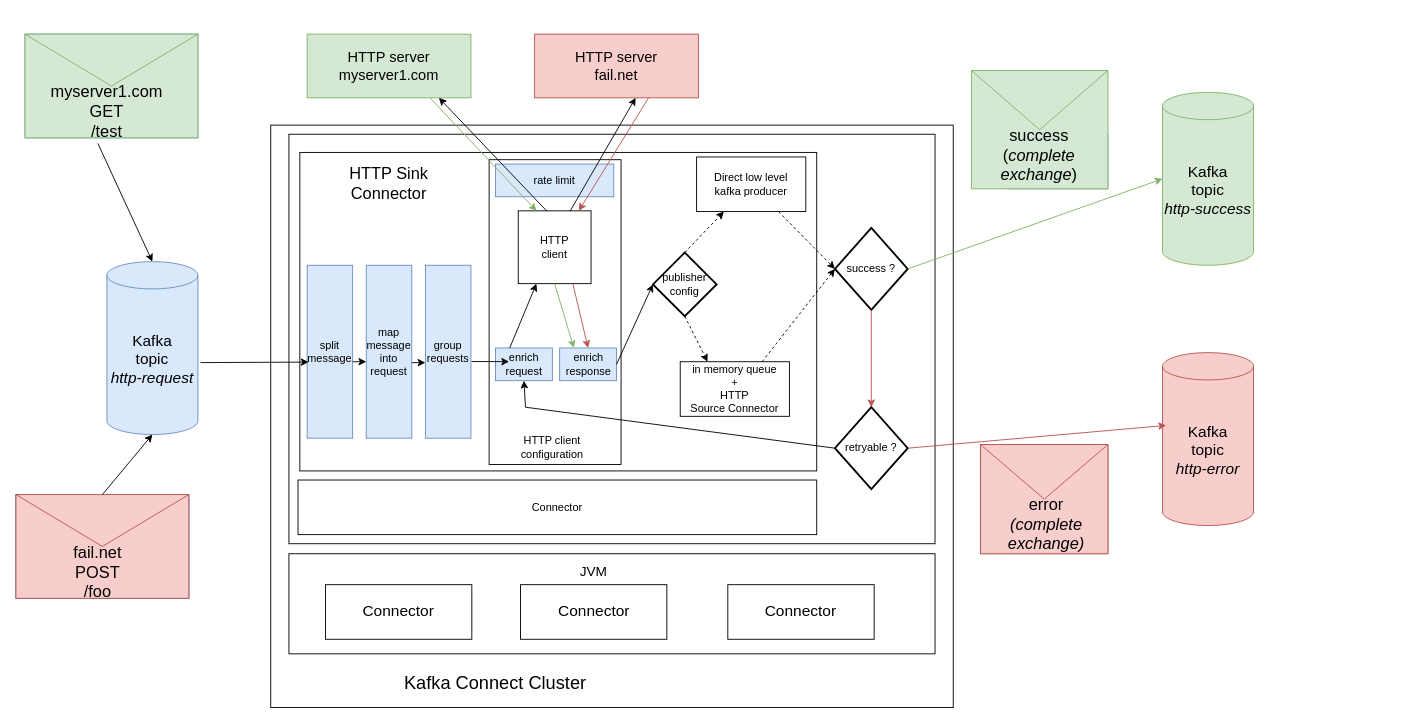
Before: docs/architecture_options_2.drawio in clescot/kafka-connect-http, a draw.io diagram. Source tidied: cells renumbered, new cells numbered last; positions are measured from the earlier drawing's top-left corner, leaving out a move shared by most shapes. Both pictures are drawn from the tidied source at 91%, with x=0, y=0 at pixel (15, 34).
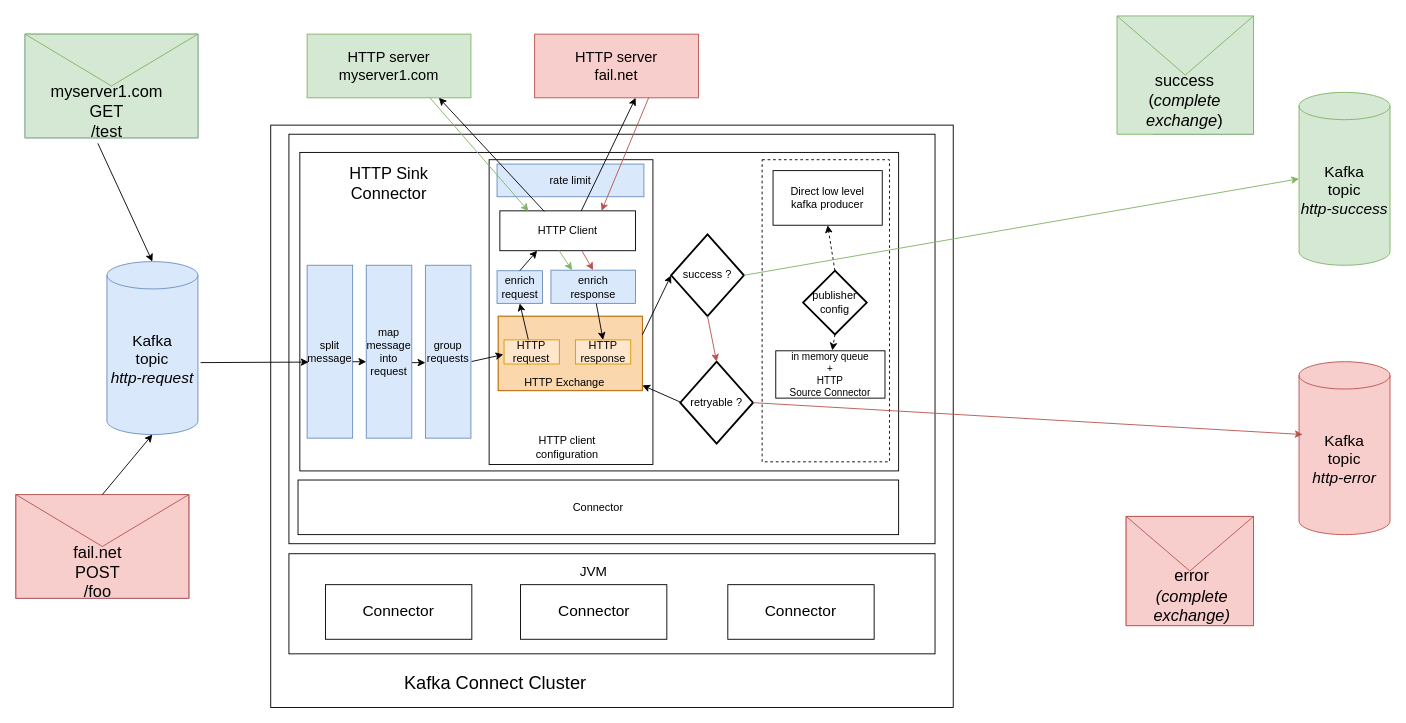
The same diagram, later.

Commit message (it also covers changes not shown here):
fix architcture schema

The change refers to these unchanged cells:
```xml
<mxCell id="13" value="&lt;font style=&quot;font-size: 16px;&quot;&gt;HTTP server&lt;/font&gt;&lt;div style=&quot;font-size: 16px;&quot;&gt;&lt;font style=&quot;font-size: 16px;&quot;&gt;myserver1.com&lt;/font&gt;&lt;/div&gt;" style="rounded=0;whiteSpace=wrap;html=1;fillColor=#d5e8d4;strokeColor=#82b366;" parent="1" vertex="1">
  <mxGeometry x="320" width="180" height="70" as="geometry" />
</mxCell>
```

Change to the diagram source:
```diff
@@
     <mxCell id="17" style="rounded=0;whiteSpace=wrap;html=1;fontSize=17;" parent="1" vertex="1">
-      <mxGeometry x="312" y="130" width="568" height="350" as="geometry" />
+      <mxGeometry x="312" y="130" width="658" height="350" as="geometry" />
     </mxCell>
     <mxCell id="18" value="success ?" style="strokeWidth=2;html=1;shape=mxgraph.flowchart.decision;whiteSpace=wrap;" parent="1" vertex="1">
-      <mxGeometry x="900" y="213" width="80" height="90" as="geometry" />
+      <mxGeometry x="720" y="220" width="80" height="90" as="geometry" />
     </mxCell>
     <mxCell id="19" value="Connector" style="rounded=0;whiteSpace=wrap;html=1;" parent="1" vertex="1">
-      <mxGeometry x="310" y="490" width="570" height="60" as="geometry" />
+      <mxGeometry x="310" y="490" width="660" height="60" as="geometry" />
     </mxCell>
@@
     <mxCell id="25" style="group;" parent="1" vertex="1">
-      <mxGeometry x="520" y="138" width="145" height="340" as="geometry" />
+      <mxGeometry x="520" y="138" width="180" height="340" as="geometry" />
     </mxCell>
     <mxCell id="26" style="rounded=0;whiteSpace=wrap;html=1;" parent="25" vertex="1">
-      <mxGeometry width="145" height="334.9" as="geometry" />
+      <mxGeometry width="180" height="334.9" as="geometry" />
     </mxCell>
     <mxCell id="27" value="HTTP client&lt;div&gt;configuration&lt;/div&gt;" style="text;html=1;align=center;verticalAlign=middle;whiteSpace=wrap;rounded=0;" parent="25" vertex="1">
-      <mxGeometry x="21.2" y="289.2" width="96.7" height="52.9" as="geometry" />
+      <mxGeometry x="26.3" y="289.2" width="120" height="52.9" as="geometry" />
     </mxCell>
+    <mxCell id="29" value="rate limit" style="rounded=0;whiteSpace=wrap;html=1;fillColor=#dae8fc;strokeColor=#6c8ebf;" parent="25" vertex="1">
+      <mxGeometry x="8.7" y="4.8" width="161.4" height="35.9" as="geometry" />
+    </mxCell>
+    <mxCell id="70" value="HTTP Client" style="rounded=0;whiteSpace=wrap;html=1;" parent="25" vertex="1">
+      <mxGeometry x="11.8" y="56.2" width="149" height="43.8" as="geometry" />
+    </mxCell>
+    <mxCell id="71" style="group;fillColor=#ffe6cc;strokeColor=#d79b00;" parent="25" vertex="1">
+      <mxGeometry x="10" y="172" width="158.4" height="81.8" as="geometry" />
+    </mxCell>
+    <mxCell id="72" style="rounded=0;whiteSpace=wrap;html=1;fillColor=#fad7ac;strokeColor=#b46504;" parent="71" vertex="1">
+      <mxGeometry width="158.4" height="81.8" as="geometry" />
+    </mxCell>
-    <mxCell id="28" value="enrich&lt;div&gt;request&lt;/div&gt;" style="rounded=0;whiteSpace=wrap;html=1;fillColor=#dae8fc;strokeColor=#6c8ebf;" parent="25" vertex="1">
-      <mxGeometry x="7" y="206.9" width="62.5" height="35.9" as="geometry" />
+    <mxCell id="28" value="HTTP&lt;div&gt;request&lt;/div&gt;" style="rounded=0;whiteSpace=wrap;html=1;fillColor=#ffe6cc;strokeColor=#d79b00;" parent="71" vertex="1">
+      <mxGeometry x="6.4" y="26" width="60.8" height="26.5" as="geometry" />
     </mxCell>
-    <mxCell id="29" value="rate limit" style="rounded=0;whiteSpace=wrap;html=1;fillColor=#dae8fc;strokeColor=#6c8ebf;" parent="25" vertex="1">
-      <mxGeometry x="7" y="4.8" width="130" height="35.9" as="geometry" />
-    </mxCell>
-    <mxCell id="30" value="HTTP&lt;div&gt;client&lt;/div&gt;" style="whiteSpace=wrap;html=1;" parent="25" vertex="1">
-      <mxGeometry x="32" y="56.2" width="80" height="80" as="geometry" />
-    </mxCell>
-    <mxCell id="31" style="endArrow=classic;html=1;rounded=0;fillColor=#d5e8d4;strokeColor=#000000;exitX=0.25;exitY=0;exitDx=0;exitDy=0;entryX=0.25;entryY=1;entryDx=0;entryDy=0;" parent="25" edge="1" source="28" target="30">
-      <mxGeometry relative="1" as="geometry" />
-    </mxCell>
-    <mxCell id="32" value="enrich&lt;div&gt;response&lt;/div&gt;" style="rounded=0;whiteSpace=wrap;html=1;fillColor=#dae8fc;strokeColor=#6c8ebf;" parent="25" vertex="1">
-      <mxGeometry x="77.5" y="206.9" width="62.5" height="35.9" as="geometry" />
-    </mxCell>
+    <mxCell id="73" value="HTTP&amp;nbsp;&lt;span style=&quot;background-color: initial;&quot;&gt;Exchange&lt;/span&gt;" style="text;html=1;align=center;verticalAlign=middle;whiteSpace=wrap;rounded=0;" parent="71" vertex="1">
+      <mxGeometry x="9.3" y="64.8" width="127.7" height="17" as="geometry" />
+    </mxCell>
+    <mxCell id="74" value="HTTP&lt;div&gt;response&lt;/div&gt;" style="rounded=0;whiteSpace=wrap;html=1;fillColor=#ffe6cc;strokeColor=#d79b00;" parent="71" vertex="1">
+      <mxGeometry x="84.8" y="26" width="60.8" height="26.5" as="geometry" />
+    </mxCell>
+    <mxCell id="75" style="endArrow=classic;html=1;rounded=0;fillColor=#d5e8d4;strokeColor=#000000;exitX=0.438;exitY=-0.015;exitDx=0;exitDy=0;exitPerimeter=0;entryX=0.5;entryY=1;entryDx=0;entryDy=0;" parent="25" edge="1" source="28" target="76">
+      <mxGeometry relative="1" as="geometry" />
+    </mxCell>
-    <mxCell id="33" style="endArrow=classic;html=1;rounded=0;fillColor=#d5e8d4;strokeColor=#82b366;exitX=0.5;exitY=1;exitDx=0;exitDy=0;entryX=0.25;entryY=0;entryDx=0;entryDy=0;" parent="25" edge="1" source="30" target="32">
+    <mxCell id="33" style="endArrow=classic;html=1;rounded=0;fillColor=#d5e8d4;strokeColor=#82b366;exitX=0.435;exitY=0.987;exitDx=0;exitDy=0;entryX=0.25;entryY=0;entryDx=0;entryDy=0;exitPerimeter=0;" parent="25" edge="1" source="70" target="32">
       <mxGeometry relative="1" as="geometry" />
     </mxCell>
-    <mxCell id="34" style="endArrow=classic;html=1;rounded=0;fillColor=#f8cecc;strokeColor=#b85450;exitX=0.75;exitY=1;exitDx=0;exitDy=0;entryX=0.5;entryY=0;entryDx=0;entryDy=0;" parent="25" edge="1" source="30" target="32">
+    <mxCell id="34" style="endArrow=classic;html=1;rounded=0;fillColor=#f8cecc;strokeColor=#b85450;exitX=0.603;exitY=0.993;exitDx=0;exitDy=0;entryX=0.5;entryY=0;entryDx=0;entryDy=0;exitPerimeter=0;" parent="25" edge="1" source="70" target="32">
       <mxGeometry relative="1" as="geometry" />
     </mxCell>
+    <mxCell id="76" value="enrich&lt;div&gt;request&lt;/div&gt;" style="rounded=0;whiteSpace=wrap;html=1;fillColor=#dae8fc;strokeColor=#6c8ebf;" parent="25" vertex="1">
+      <mxGeometry x="8.7" y="122" width="50" height="35.9" as="geometry" />
+    </mxCell>
+    <mxCell id="77" style="endArrow=classic;html=1;rounded=0;fillColor=#d5e8d4;strokeColor=#000000;exitX=0.5;exitY=0;exitDx=0;exitDy=0;entryX=0.275;entryY=0.999;entryDx=0;entryDy=0;entryPerimeter=0;" parent="25" edge="1" source="76" target="70">
+      <mxGeometry relative="1" as="geometry" />
+    </mxCell>
+    <mxCell id="32" value="enrich&lt;div&gt;response&lt;/div&gt;" style="rounded=0;whiteSpace=wrap;html=1;fillColor=#dae8fc;strokeColor=#6c8ebf;" parent="25" vertex="1">
+      <mxGeometry x="67.9" y="121.4" width="92.9" height="36.5" as="geometry" />
+    </mxCell>
+    <mxCell id="78" style="endArrow=classic;html=1;rounded=0;fillColor=#d5e8d4;strokeColor=#000000;entryX=0.5;entryY=0;entryDx=0;entryDy=0;" parent="25" edge="1" source="32" target="74">
+      <mxGeometry relative="1" as="geometry" />
+    </mxCell>
     <mxCell id="35" value="&lt;font style=&quot;font-size: 17px;&quot;&gt;Kafka&lt;/font&gt;&lt;div style=&quot;font-size: 17px;&quot;&gt;&lt;font style=&quot;font-size: 17px;&quot;&gt;topic&lt;/font&gt;&lt;/div&gt;&lt;div style=&quot;font-size: 17px;&quot;&gt;&lt;i style=&quot;&quot;&gt;&lt;font style=&quot;font-size: 17px;&quot;&gt;http-success&lt;/font&gt;&lt;/i&gt;&lt;/div&gt;" style="shape=cylinder3;whiteSpace=wrap;html=1;boundedLbl=1;backgroundOutline=1;size=15;fillColor=#d5e8d4;strokeColor=#82b366;" parent="1" vertex="1">
-      <mxGeometry x="1260" y="64" width="100" height="190" as="geometry" />
+      <mxGeometry x="1410" y="64" width="100" height="190" as="geometry" />
     </mxCell>
     <mxCell id="36" value="&lt;font style=&quot;font-size: 17px;&quot;&gt;Kafka&lt;/font&gt;&lt;div style=&quot;font-size: 17px;&quot;&gt;&lt;font style=&quot;font-size: 17px;&quot;&gt;topic&lt;/font&gt;&lt;/div&gt;&lt;div style=&quot;font-size: 17px;&quot;&gt;&lt;i style=&quot;&quot;&gt;&lt;font style=&quot;font-size: 17px;&quot;&gt;http-error&lt;/font&gt;&lt;/i&gt;&lt;/div&gt;" style="shape=cylinder3;whiteSpace=wrap;html=1;boundedLbl=1;backgroundOutline=1;size=15;fillColor=#f8cecc;strokeColor=#b85450;" parent="1" vertex="1">
-      <mxGeometry x="1260" y="350" width="100" height="190" as="geometry" />
+      <mxGeometry x="1410" y="360" width="100" height="190" as="geometry" />
     </mxCell>
@@
-    <mxCell id="43" style="endArrow=classic;html=1;rounded=0;fillColor=#d5e8d4;strokeColor=#000000;exitX=1;exitY=0.5;exitDx=0;exitDy=0;entryX=0;entryY=0.5;entryDx=0;entryDy=0;entryPerimeter=0;" parent="1" edge="1" source="32" target="63">
-      <mxGeometry relative="1" as="geometry" />
-    </mxCell>
-    <mxCell id="44" style="endArrow=classic;html=1;rounded=0;fillColor=#d5e8d4;strokeColor=#000000;exitX=0.392;exitY=0.003;exitDx=0;exitDy=0;exitPerimeter=0;" parent="1" edge="1" source="30">
+    <mxCell id="44" style="endArrow=classic;html=1;rounded=0;fillColor=#d5e8d4;strokeColor=#000000;exitX=0.328;exitY=0.015;exitDx=0;exitDy=0;exitPerimeter=0;" parent="1" edge="1" source="70">
       <mxGeometry relative="1" as="geometry">
         <mxPoint x="464.8" y="70" as="targetPoint" />
       </mxGeometry>
     </mxCell>
-    <mxCell id="45" style="endArrow=classic;html=1;rounded=0;fillColor=#d5e8d4;strokeColor=#82b366;exitX=0.75;exitY=1;exitDx=0;exitDy=0;entryX=0.25;entryY=0;entryDx=0;entryDy=0;" parent="1" edge="1" source="13" target="30">
+    <mxCell id="45" style="endArrow=classic;html=1;rounded=0;fillColor=#d5e8d4;strokeColor=#82b366;exitX=0.75;exitY=1;exitDx=0;exitDy=0;entryX=0.211;entryY=0.006;entryDx=0;entryDy=0;entryPerimeter=0;" parent="1" edge="1" source="13" target="70">
       <mxGeometry relative="1" as="geometry" />
     </mxCell>
-    <mxCell id="46" style="endArrow=classic;html=1;rounded=0;fillColor=#d5e8d4;strokeColor=#000000;exitX=0.713;exitY=0.003;exitDx=0;exitDy=0;entryX=0.5;entryY=1;entryDx=0;entryDy=0;exitPerimeter=0;" parent="1" edge="1" source="30">
+    <mxCell id="46" style="endArrow=classic;html=1;rounded=0;fillColor=#d5e8d4;strokeColor=#000000;exitX=0.6;exitY=0.003;exitDx=0;exitDy=0;entryX=0.5;entryY=1;entryDx=0;entryDy=0;exitPerimeter=0;" parent="1" edge="1" source="70">
       <mxGeometry relative="1" as="geometry">
         <mxPoint x="681" y="70" as="targetPoint" />
       </mxGeometry>
     </mxCell>
-    <mxCell id="47" style="endArrow=classic;html=1;rounded=0;fillColor=#f8cecc;strokeColor=#b85450;exitX=0.58;exitY=0.995;exitDx=0;exitDy=0;entryX=0.833;entryY=-0.001;entryDx=0;entryDy=0;exitPerimeter=0;entryPerimeter=0;" parent="1" edge="1" target="30">
+    <mxCell id="47" style="endArrow=classic;html=1;rounded=0;fillColor=#f8cecc;strokeColor=#b85450;exitX=0.58;exitY=0.995;exitDx=0;exitDy=0;entryX=0.75;entryY=0;entryDx=0;entryDy=0;exitPerimeter=0;" parent="1" edge="1" target="70">
       <mxGeometry relative="1" as="geometry">
         <mxPoint x="695.4" y="69.7" as="sourcePoint" />
       </mxGeometry>
     </mxCell>
     <mxCell id="48" style="group;fillColor=#f8cecc;strokeColor=#b85450;" parent="1" vertex="1">
-      <mxGeometry x="1060" y="451" width="140" height="120" as="geometry" />
+      <mxGeometry x="1220" y="530" width="140" height="120" as="geometry" />
     </mxCell>
@@
     <mxCell id="52" style="group;fillColor=#dae8fc;strokeColor=#6c8ebf;" parent="1" vertex="1">
-      <mxGeometry x="1090" y="110" width="110" height="60" as="geometry" />
+      <mxGeometry x="1250" y="50" width="110" height="60" as="geometry" />
     </mxCell>
@@
-    <mxCell id="55" style="endArrow=classic;html=1;rounded=0;fillColor=#d5e8d4;strokeColor=#82b366;exitX=1;exitY=0.5;exitDx=0;exitDy=0;entryX=0;entryY=0.5;entryDx=0;entryDy=0;entryPerimeter=0;exitPerimeter=0;" parent="1" edge="1" source="18" target="35">
-      <mxGeometry relative="1" as="geometry" />
-    </mxCell>
-    <mxCell id="56" style="endArrow=classic;html=1;rounded=0;fillColor=#f8cecc;strokeColor=#b85450;entryX=0.04;entryY=0.421;entryDx=0;entryDy=0;entryPerimeter=0;exitX=1;exitY=0.5;exitDx=0;exitDy=0;exitPerimeter=0;" parent="1" edge="1" source="57" target="36">
-      <mxGeometry relative="1" as="geometry" />
-    </mxCell>
     <mxCell id="57" value="retryable ?" style="strokeWidth=2;html=1;shape=mxgraph.flowchart.decision;whiteSpace=wrap;" parent="1" vertex="1">
-      <mxGeometry x="900" y="410" width="80" height="90" as="geometry" />
+      <mxGeometry x="730" y="360" width="80" height="90" as="geometry" />
     </mxCell>
@@
-    <mxCell id="59" style="endArrow=classic;html=1;rounded=0;fillColor=#d5e8d4;strokeColor=#000000;exitX=0;exitY=0.5;exitDx=0;exitDy=0;entryX=0.5;entryY=1;entryDx=0;entryDy=0;exitPerimeter=0;" parent="1" edge="1" source="57" target="28">
-      <mxGeometry relative="1" as="geometry">
-        <Array as="points">
-          <mxPoint x="560" y="410" />
-        </Array>
-      </mxGeometry>
-    </mxCell>
@@
-    <mxCell id="62" style="endArrow=classic;html=1;rounded=0;fillColor=#d5e8d4;strokeColor=#000000;exitX=1.015;exitY=0.583;exitDx=0;exitDy=0;entryX=0;entryY=0.5;entryDx=0;entryDy=0;exitPerimeter=0;" parent="1" edge="1">
-      <mxGeometry relative="1" as="geometry">
-        <mxPoint x="500.8" y="359.8" as="sourcePoint" />
-        <mxPoint x="542" y="359.9" as="targetPoint" />
-      </mxGeometry>
-    </mxCell>
+    <mxCell id="79" style="group;" parent="1" vertex="1">
+      <mxGeometry x="830" y="138" width="130" height="332" as="geometry" />
+    </mxCell>
+    <mxCell id="80" style="rounded=0;whiteSpace=wrap;html=1;dashed=1;" parent="79" vertex="1">
+      <mxGeometry x="-10" width="140" height="332" as="geometry" />
+    </mxCell>
-    <mxCell id="63" value="publisher&lt;div&gt;config&lt;/div&gt;" style="strokeWidth=2;html=1;shape=mxgraph.flowchart.decision;whiteSpace=wrap;" parent="1" vertex="1">
-      <mxGeometry x="700" y="240" width="70" height="70" as="geometry" />
+    <mxCell id="63" value="publisher&lt;div&gt;config&lt;/div&gt;" style="strokeWidth=2;html=1;shape=mxgraph.flowchart.decision;whiteSpace=wrap;" parent="79" vertex="1">
+      <mxGeometry x="35" y="122" width="70" height="70" as="geometry" />
     </mxCell>
-    <mxCell id="64" value="Direct low level&lt;div&gt;kafka producer&lt;/div&gt;" style="rounded=0;whiteSpace=wrap;html=1;" parent="1" vertex="1">
-      <mxGeometry x="748" y="135" width="120" height="60" as="geometry" />
+    <mxCell id="64" value="Direct low level&lt;div&gt;kafka producer&lt;/div&gt;" style="rounded=0;whiteSpace=wrap;html=1;" parent="79" vertex="1">
+      <mxGeometry x="2" y="12" width="120" height="60" as="geometry" />
     </mxCell>
+    <mxCell id="67" style="endArrow=classic;html=1;rounded=0;fillColor=#d5e8d4;strokeColor=#000000;exitX=0.5;exitY=1;exitDx=0;exitDy=0;entryX=0.518;entryY=-0.009;entryDx=0;entryDy=0;exitPerimeter=0;dashed=1;entryPerimeter=0;" parent="79" edge="1" source="63" target="65">
+      <mxGeometry relative="1" as="geometry" />
+    </mxCell>
+    <mxCell id="66" style="endArrow=classic;html=1;rounded=0;fillColor=#d5e8d4;strokeColor=#000000;exitX=0.5;exitY=0;exitDx=0;exitDy=0;entryX=0.5;entryY=1;entryDx=0;entryDy=0;exitPerimeter=0;dashed=1;" parent="79" edge="1" source="63" target="64">
+      <mxGeometry relative="1" as="geometry" />
+    </mxCell>
-    <mxCell id="65" value="in memory queue&lt;div&gt;+&lt;/div&gt;&lt;div&gt;HTTP&lt;/div&gt;&lt;div&gt;Source Connector&lt;/div&gt;" style="rounded=0;whiteSpace=wrap;html=1;" parent="1" vertex="1">
-      <mxGeometry x="730" y="360" width="120" height="60" as="geometry" />
+    <mxCell id="65" value="&lt;font style=&quot;font-size: 11px;&quot;&gt;in memory queue&lt;/font&gt;&lt;div style=&quot;font-size: 11px;&quot;&gt;&lt;font style=&quot;font-size: 11px;&quot;&gt;+&lt;/font&gt;&lt;/div&gt;&lt;div style=&quot;font-size: 11px;&quot;&gt;&lt;font style=&quot;font-size: 11px;&quot;&gt;HTTP&lt;/font&gt;&lt;/div&gt;&lt;div style=&quot;font-size: 11px;&quot;&gt;&lt;font style=&quot;font-size: 11px;&quot;&gt;Source Connector&lt;/font&gt;&lt;/div&gt;" style="rounded=0;whiteSpace=wrap;html=1;" parent="79" vertex="1">
+      <mxGeometry x="5" y="210" width="120" height="52" as="geometry" />
     </mxCell>
-    <mxCell id="66" style="endArrow=classic;html=1;rounded=0;fillColor=#d5e8d4;strokeColor=#000000;exitX=0.5;exitY=0;exitDx=0;exitDy=0;entryX=0.25;entryY=1;entryDx=0;entryDy=0;exitPerimeter=0;dashed=1;" parent="1" edge="1" source="63" target="64">
-      <mxGeometry relative="1" as="geometry" />
-    </mxCell>
-    <mxCell id="67" style="endArrow=classic;html=1;rounded=0;fillColor=#d5e8d4;strokeColor=#000000;exitX=0.5;exitY=1;exitDx=0;exitDy=0;entryX=0.25;entryY=0;entryDx=0;entryDy=0;exitPerimeter=0;dashed=1;" parent="1" edge="1" source="63" target="65">
-      <mxGeometry relative="1" as="geometry" />
-    </mxCell>
-    <mxCell id="68" style="endArrow=classic;html=1;rounded=0;fillColor=#d5e8d4;strokeColor=#000000;exitX=0.75;exitY=1;exitDx=0;exitDy=0;entryX=0;entryY=0.5;entryDx=0;entryDy=0;dashed=1;entryPerimeter=0;" parent="1" edge="1" source="64" target="18">
-      <mxGeometry relative="1" as="geometry" />
-    </mxCell>
-    <mxCell id="69" style="endArrow=classic;html=1;rounded=0;fillColor=#d5e8d4;strokeColor=#000000;exitX=0.75;exitY=0;exitDx=0;exitDy=0;entryX=0;entryY=0.5;entryDx=0;entryDy=0;dashed=1;entryPerimeter=0;" parent="1" edge="1" source="65" target="18">
-      <mxGeometry relative="1" as="geometry" />
-    </mxCell>
+    <mxCell id="62" style="endArrow=classic;html=1;rounded=0;fillColor=#d5e8d4;strokeColor=#000000;exitX=1.015;exitY=0.583;exitDx=0;exitDy=0;exitPerimeter=0;entryX=-0.013;entryY=0.605;entryDx=0;entryDy=0;entryPerimeter=0;" parent="1" edge="1" target="28">
+      <mxGeometry relative="1" as="geometry">
+        <mxPoint x="500.8" y="359.8" as="sourcePoint" />
+      </mxGeometry>
+    </mxCell>
+    <mxCell id="43" style="endArrow=classic;html=1;rounded=0;fillColor=#d5e8d4;strokeColor=#000000;exitX=1;exitY=0.25;exitDx=0;exitDy=0;entryX=0;entryY=0.5;entryDx=0;entryDy=0;entryPerimeter=0;" parent="1" edge="1" source="72" target="18">
+      <mxGeometry relative="1" as="geometry" />
+    </mxCell>
+    <mxCell id="81" style="endArrow=classic;html=1;rounded=0;fillColor=#d5e8d4;strokeColor=#000000;exitX=0.017;exitY=0.499;exitDx=0;exitDy=0;exitPerimeter=0;" parent="1" edge="1" source="57" target="72">
+      <mxGeometry relative="1" as="geometry" />
+    </mxCell>
+    <mxCell id="56" style="endArrow=classic;html=1;rounded=0;fillColor=#f8cecc;strokeColor=#b85450;entryX=0.04;entryY=0.421;entryDx=0;entryDy=0;entryPerimeter=0;exitX=1;exitY=0.5;exitDx=0;exitDy=0;exitPerimeter=0;" parent="1" edge="1" source="57" target="36">
+      <mxGeometry relative="1" as="geometry" />
+    </mxCell>
+    <mxCell id="55" style="endArrow=classic;html=1;rounded=0;fillColor=#d5e8d4;strokeColor=#82b366;exitX=1;exitY=0.5;exitDx=0;exitDy=0;entryX=0;entryY=0.5;entryDx=0;entryDy=0;entryPerimeter=0;exitPerimeter=0;" parent="1" edge="1" source="18" target="35">
+      <mxGeometry relative="1" as="geometry" />
+    </mxCell>
```
